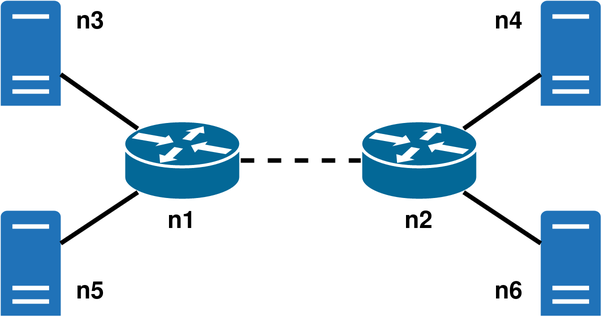
Above: images/delay_partition_topology.png in benmandrew/DTLSR-Dissertation (draw.io), before the change. Source tidied: cells renumbered, new cells last; positions are measured from the earlier drawing's top-left corner, leaving out a move shared by most shapes. Its diagram source:
```xml
<mxGraphModel>
  <root>
    <mxCell id="0" />
    <mxCell id="1" parent="0" />
    <mxCell id="2" style="shape=mxgraph.cisco.routers.router;html=1;dashed=0;fillColor=#036897;strokeColor=#ffffff;strokeWidth=2;verticalLabelPosition=bottom;verticalAlign=top;align=center;outlineConnect=0;" parent="1" vertex="1">
      <mxGeometry x="82" y="80" width="78" height="53" as="geometry" />
    </mxCell>
    <mxCell id="3" style="shape=mxgraph.cisco.routers.router;html=1;dashed=0;fillColor=#036897;strokeColor=#ffffff;strokeWidth=2;verticalLabelPosition=bottom;verticalAlign=top;align=center;outlineConnect=0;" parent="1" vertex="1">
      <mxGeometry x="240" y="80" width="78" height="53" as="geometry" />
    </mxCell>
    <mxCell id="4" style="sketch=0;shadow=0;dashed=0;html=1;strokeColor=none;labelPosition=center;verticalLabelPosition=bottom;verticalAlign=top;outlineConnect=0;align=center;shape=mxgraph.office.servers.physical_host;fillColor=#2072B8;" parent="1" vertex="1">
      <mxGeometry width="40" height="70" as="geometry" />
    </mxCell>
    <mxCell id="5" style="sketch=0;shadow=0;dashed=0;html=1;strokeColor=none;labelPosition=center;verticalLabelPosition=bottom;verticalAlign=top;outlineConnect=0;align=center;shape=mxgraph.office.servers.physical_host;fillColor=#2072B8;" parent="1" vertex="1">
      <mxGeometry y="140" width="40" height="70" as="geometry" />
    </mxCell>
    <mxCell id="6" style="sketch=0;shadow=0;dashed=0;html=1;strokeColor=none;labelPosition=center;verticalLabelPosition=bottom;verticalAlign=top;outlineConnect=0;align=center;shape=mxgraph.office.servers.physical_host;fillColor=#2072B8;" parent="1" vertex="1">
      <mxGeometry x="360" width="40" height="70" as="geometry" />
    </mxCell>
    <mxCell id="7" style="sketch=0;shadow=0;dashed=0;html=1;strokeColor=none;labelPosition=center;verticalLabelPosition=bottom;verticalAlign=top;outlineConnect=0;align=center;shape=mxgraph.office.servers.physical_host;fillColor=#2072B8;" parent="1" vertex="1">
      <mxGeometry x="360" y="140" width="40" height="70" as="geometry" />
    </mxCell>
    <mxCell id="8" style="endArrow=none;html=1;rounded=0;strokeWidth=3;exitX=0.12;exitY=0.1;exitDx=0;exitDy=0;exitPerimeter=0;" parent="1" edge="1" source="2" target="4">
      <mxGeometry relative="1" as="geometry" />
    </mxCell>
    <mxCell id="9" style="endArrow=none;html=1;rounded=0;strokeWidth=3;exitX=0.12;exitY=0.9;exitDx=0;exitDy=0;exitPerimeter=0;" parent="1" edge="1" source="2" target="5">
      <mxGeometry relative="1" as="geometry" />
    </mxCell>
    <mxCell id="10" style="endArrow=none;html=1;rounded=0;strokeWidth=3;exitX=0.88;exitY=0.9;exitDx=0;exitDy=0;exitPerimeter=0;" parent="1" edge="1" source="3" target="7">
      <mxGeometry relative="1" as="geometry" />
    </mxCell>
    <mxCell id="11" style="endArrow=none;html=1;rounded=0;strokeWidth=3;exitX=0.88;exitY=0.1;exitDx=0;exitDy=0;exitPerimeter=0;" parent="1" edge="1" source="3" target="6">
      <mxGeometry relative="1" as="geometry" />
    </mxCell>
    <mxCell id="12" style="endArrow=none;html=1;rounded=0;strokeWidth=3;exitX=1;exitY=0.5;exitDx=0;exitDy=0;exitPerimeter=0;entryX=0;entryY=0.5;entryDx=0;entryDy=0;entryPerimeter=0;dashed=1;jumpSize=6;" parent="1" edge="1" source="2" target="3">
      <mxGeometry relative="1" as="geometry" />
    </mxCell>
    <mxCell id="13" value="&lt;b&gt;&lt;font style=&quot;font-size: 16px&quot;&gt;n1&lt;/font&gt;&lt;/b&gt;" style="text;html=1;strokeColor=none;fillColor=none;align=center;verticalAlign=middle;whiteSpace=wrap;rounded=0;" parent="1" vertex="1">
      <mxGeometry x="91" y="133" width="60" height="30" as="geometry" />
    </mxCell>
    <mxCell id="14" value="&lt;b&gt;&lt;font style=&quot;font-size: 16px&quot;&gt;n3&lt;/font&gt;&lt;/b&gt;" style="text;html=1;strokeColor=none;fillColor=none;align=center;verticalAlign=middle;whiteSpace=wrap;rounded=0;" parent="1" vertex="1">
      <mxGeometry x="30" width="60" height="30" as="geometry" />
    </mxCell>
    <mxCell id="15" value="&lt;b&gt;&lt;font style=&quot;font-size: 16px&quot;&gt;n5&lt;/font&gt;&lt;/b&gt;" style="text;html=1;strokeColor=none;fillColor=none;align=center;verticalAlign=middle;whiteSpace=wrap;rounded=0;" parent="1" vertex="1">
      <mxGeometry x="30" y="180" width="60" height="30" as="geometry" />
    </mxCell>
    <mxCell id="16" value="&lt;b&gt;&lt;font style=&quot;font-size: 16px&quot;&gt;n4&lt;/font&gt;&lt;/b&gt;" style="text;html=1;strokeColor=none;fillColor=none;align=center;verticalAlign=middle;whiteSpace=wrap;rounded=0;" parent="1" vertex="1">
      <mxGeometry x="309" width="60" height="30" as="geometry" />
    </mxCell>
    <mxCell id="17" value="&lt;b&gt;&lt;font style=&quot;font-size: 16px&quot;&gt;n6&lt;/font&gt;&lt;/b&gt;" style="text;html=1;strokeColor=none;fillColor=none;align=center;verticalAlign=middle;whiteSpace=wrap;rounded=0;" parent="1" vertex="1">
      <mxGeometry x="309" y="180" width="60" height="30" as="geometry" />
    </mxCell>
    <mxCell id="18" value="&lt;b&gt;&lt;font style=&quot;font-size: 16px&quot;&gt;n2&lt;/font&gt;&lt;/b&gt;" style="text;html=1;strokeColor=none;fillColor=none;align=center;verticalAlign=middle;whiteSpace=wrap;rounded=0;" parent="1" vertex="1">
      <mxGeometry x="249" y="133" width="60" height="30" as="geometry" />
    </mxCell>
  </root>
</mxGraphModel>
```
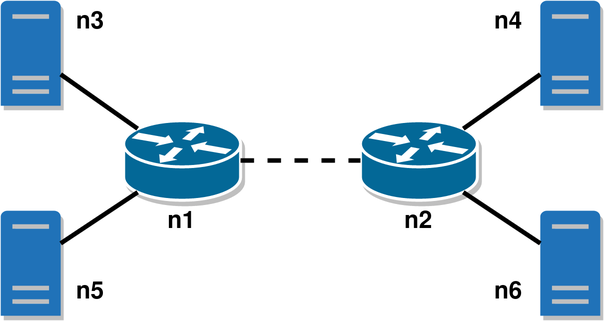
After the change.

Diff of the diagram source:
```diff
@@ -2,22 +2,22 @@
   <root>
     <mxCell id="0" />
     <mxCell id="1" parent="0" />
-    <mxCell id="2" style="shape=mxgraph.cisco.routers.router;html=1;dashed=0;fillColor=#036897;strokeColor=#ffffff;strokeWidth=2;verticalLabelPosition=bottom;verticalAlign=top;align=center;outlineConnect=0;" parent="1" vertex="1">
+    <mxCell id="2" style="shape=mxgraph.cisco.routers.router;html=1;dashed=0;fillColor=#036897;strokeColor=#ffffff;strokeWidth=2;verticalLabelPosition=bottom;verticalAlign=top;align=center;outlineConnect=0;shadow=1;" parent="1" vertex="1">
       <mxGeometry x="82" y="80" width="78" height="53" as="geometry" />
     </mxCell>
-    <mxCell id="3" style="shape=mxgraph.cisco.routers.router;html=1;dashed=0;fillColor=#036897;strokeColor=#ffffff;strokeWidth=2;verticalLabelPosition=bottom;verticalAlign=top;align=center;outlineConnect=0;" parent="1" vertex="1">
+    <mxCell id="3" style="shape=mxgraph.cisco.routers.router;html=1;dashed=0;fillColor=#036897;strokeColor=#ffffff;strokeWidth=2;verticalLabelPosition=bottom;verticalAlign=top;align=center;outlineConnect=0;shadow=1;" parent="1" vertex="1">
       <mxGeometry x="240" y="80" width="78" height="53" as="geometry" />
     </mxCell>
-    <mxCell id="4" style="sketch=0;shadow=0;dashed=0;html=1;strokeColor=none;labelPosition=center;verticalLabelPosition=bottom;verticalAlign=top;outlineConnect=0;align=center;shape=mxgraph.office.servers.physical_host;fillColor=#2072B8;" parent="1" vertex="1">
+    <mxCell id="4" style="sketch=0;shadow=1;dashed=0;html=1;strokeColor=none;labelPosition=center;verticalLabelPosition=bottom;verticalAlign=top;outlineConnect=0;align=center;shape=mxgraph.office.servers.physical_host;fillColor=#2072B8;" parent="1" vertex="1">
       <mxGeometry width="40" height="70" as="geometry" />
     </mxCell>
-    <mxCell id="5" style="sketch=0;shadow=0;dashed=0;html=1;strokeColor=none;labelPosition=center;verticalLabelPosition=bottom;verticalAlign=top;outlineConnect=0;align=center;shape=mxgraph.office.servers.physical_host;fillColor=#2072B8;" parent="1" vertex="1">
+    <mxCell id="5" style="sketch=0;shadow=1;dashed=0;html=1;strokeColor=none;labelPosition=center;verticalLabelPosition=bottom;verticalAlign=top;outlineConnect=0;align=center;shape=mxgraph.office.servers.physical_host;fillColor=#2072B8;" parent="1" vertex="1">
       <mxGeometry y="140" width="40" height="70" as="geometry" />
     </mxCell>
-    <mxCell id="6" style="sketch=0;shadow=0;dashed=0;html=1;strokeColor=none;labelPosition=center;verticalLabelPosition=bottom;verticalAlign=top;outlineConnect=0;align=center;shape=mxgraph.office.servers.physical_host;fillColor=#2072B8;" parent="1" vertex="1">
+    <mxCell id="6" style="sketch=0;shadow=1;dashed=0;html=1;strokeColor=none;labelPosition=center;verticalLabelPosition=bottom;verticalAlign=top;outlineConnect=0;align=center;shape=mxgraph.office.servers.physical_host;fillColor=#2072B8;" parent="1" vertex="1">
       <mxGeometry x="360" width="40" height="70" as="geometry" />
     </mxCell>
-    <mxCell id="7" style="sketch=0;shadow=0;dashed=0;html=1;strokeColor=none;labelPosition=center;verticalLabelPosition=bottom;verticalAlign=top;outlineConnect=0;align=center;shape=mxgraph.office.servers.physical_host;fillColor=#2072B8;" parent="1" vertex="1">
+    <mxCell id="7" style="sketch=0;shadow=1;dashed=0;html=1;strokeColor=none;labelPosition=center;verticalLabelPosition=bottom;verticalAlign=top;outlineConnect=0;align=center;shape=mxgraph.office.servers.physical_host;fillColor=#2072B8;" parent="1" vertex="1">
       <mxGeometry x="360" y="140" width="40" height="70" as="geometry" />
     </mxCell>
     <mxCell id="8" style="endArrow=none;html=1;rounded=0;strokeWidth=3;exitX=0.12;exitY=0.1;exitDx=0;exitDy=0;exitPerimeter=0;" parent="1" edge="1" source="2" target="4">
```
